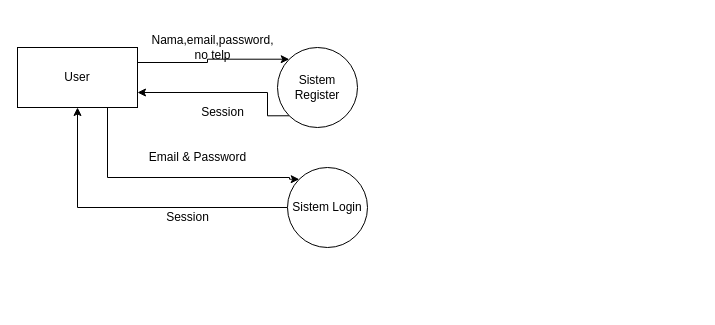
The draw.io diagram page "DFD" (6 of 6) of Untitled Diagram.drawio in Enricko/UML, before the edit. Source tidied: cells renumbered, new cells numbered last; positions are measured from the earlier drawing's top-left corner, leaving out a move shared by most shapes. Both pictures are drawn from the tidied source at 100%, with x=0, y=0 at pixel (17, 27).
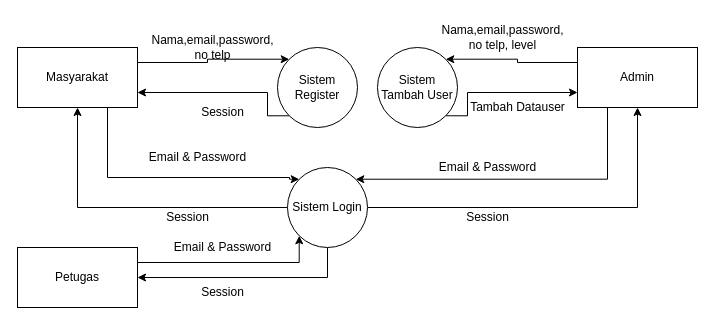
The same diagram, later.

The change refers to these unchanged cells:
```xml
<mxCell id="10" value="Sistem Login" style="ellipse;whiteSpace=wrap;html=1;" parent="1" vertex="1">
  <mxGeometry x="270" y="140" width="80" height="80" as="geometry" />
</mxCell>
```

The edit, as a diff of the source:
```diff
@@
-    <mxCell id="4" value="User" style="rounded=0;whiteSpace=wrap;html=1;" parent="1" vertex="1">
+    <mxCell id="4" value="Masyarakat" style="rounded=0;whiteSpace=wrap;html=1;" parent="1" vertex="1">
       <mxGeometry y="20" width="120" height="60" as="geometry" />
     </mxCell>
@@
+    <mxCell id="13" style="edgeStyle=orthogonalEdgeStyle;rounded=0;jettySize=auto;html=1;exitX=0.5;exitY=1;exitDx=0;exitDy=0;entryX=1;entryY=0.5;entryDx=0;entryDy=0;" parent="1" edge="1" source="10" target="16">
+      <mxGeometry relative="1" as="geometry" />
+    </mxCell>
+    <mxCell id="14" style="edgeStyle=orthogonalEdgeStyle;rounded=0;jettySize=auto;html=1;exitX=1;exitY=0.5;exitDx=0;exitDy=0;entryX=0.5;entryY=1;entryDx=0;entryDy=0;" parent="1" edge="1" source="10" target="21">
+      <mxGeometry relative="1" as="geometry" />
+    </mxCell>
@@
+    <mxCell id="15" style="edgeStyle=orthogonalEdgeStyle;rounded=0;jettySize=auto;html=1;exitX=1;exitY=0.25;exitDx=0;exitDy=0;entryX=0;entryY=1;entryDx=0;entryDy=0;" parent="1" edge="1" source="16" target="10">
+      <mxGeometry relative="1" as="geometry">
+        <Array as="points">
+          <mxPoint x="282" y="235" />
+        </Array>
+      </mxGeometry>
+    </mxCell>
+    <mxCell id="16" value="Petugas" style="rounded=0;whiteSpace=wrap;html=1;" parent="1" vertex="1">
+      <mxGeometry y="220" width="120" height="60" as="geometry" />
+    </mxCell>
+    <mxCell id="17" value="Email &amp;amp; Password" style="text;html=1;align=center;verticalAlign=middle;strokeColor=none;fillColor=none;" parent="1" vertex="1">
+      <mxGeometry x="145" y="205" width="120" height="30" as="geometry" />
+    </mxCell>
+    <mxCell id="18" value="Session" style="text;html=1;align=center;verticalAlign=middle;strokeColor=none;fillColor=none;" parent="1" vertex="1">
+      <mxGeometry x="170" y="250" width="70" height="30" as="geometry" />
+    </mxCell>
+    <mxCell id="19" style="edgeStyle=orthogonalEdgeStyle;rounded=0;jettySize=auto;html=1;exitX=0;exitY=0.25;exitDx=0;exitDy=0;entryX=1;entryY=0;entryDx=0;entryDy=0;" parent="1" edge="1" source="21" target="23">
+      <mxGeometry relative="1" as="geometry" />
+    </mxCell>
+    <mxCell id="20" style="edgeStyle=orthogonalEdgeStyle;rounded=0;jettySize=auto;html=1;exitX=0.25;exitY=1;exitDx=0;exitDy=0;entryX=1;entryY=0;entryDx=0;entryDy=0;" parent="1" edge="1" source="21" target="10">
+      <mxGeometry relative="1" as="geometry">
+        <Array as="points">
+          <mxPoint x="590" y="152" />
+        </Array>
+      </mxGeometry>
+    </mxCell>
+    <mxCell id="21" value="Admin" style="rounded=0;whiteSpace=wrap;html=1;" parent="1" vertex="1">
+      <mxGeometry x="560" y="20" width="120" height="60" as="geometry" />
+    </mxCell>
+    <mxCell id="22" style="edgeStyle=orthogonalEdgeStyle;rounded=0;jettySize=auto;html=1;exitX=1;exitY=1;exitDx=0;exitDy=0;entryX=0;entryY=0.75;entryDx=0;entryDy=0;" parent="1" edge="1" source="23" target="21">
+      <mxGeometry relative="1" as="geometry">
+        <Array as="points">
+          <mxPoint x="450" y="88" />
+          <mxPoint x="450" y="65" />
+        </Array>
+      </mxGeometry>
+    </mxCell>
+    <mxCell id="23" value="Sistem Tambah User" style="ellipse;whiteSpace=wrap;html=1;" parent="1" vertex="1">
+      <mxGeometry x="360" y="20" width="80" height="80" as="geometry" />
+    </mxCell>
+    <mxCell id="24" value="Nama,email,password,&lt;br&gt;no telp, level" style="text;html=1;align=center;verticalAlign=middle;strokeColor=none;fillColor=none;" parent="1" vertex="1">
+      <mxGeometry x="410" y="-10" width="150" height="40" as="geometry" />
+    </mxCell>
+    <mxCell id="25" value="Tambah Datauser" style="text;html=1;align=center;verticalAlign=middle;strokeColor=none;fillColor=none;" parent="1" vertex="1">
+      <mxGeometry x="440" y="65" width="120" height="30" as="geometry" />
+    </mxCell>
+    <mxCell id="26" value="Email &amp;amp; Password" style="text;html=1;align=center;verticalAlign=middle;strokeColor=none;fillColor=none;" parent="1" vertex="1">
+      <mxGeometry x="410" y="125" width="120" height="30" as="geometry" />
+    </mxCell>
+    <mxCell id="27" value="Session" style="text;html=1;align=center;verticalAlign=middle;strokeColor=none;fillColor=none;" parent="1" vertex="1">
+      <mxGeometry x="435" y="175" width="70" height="30" as="geometry" />
+    </mxCell>
```
